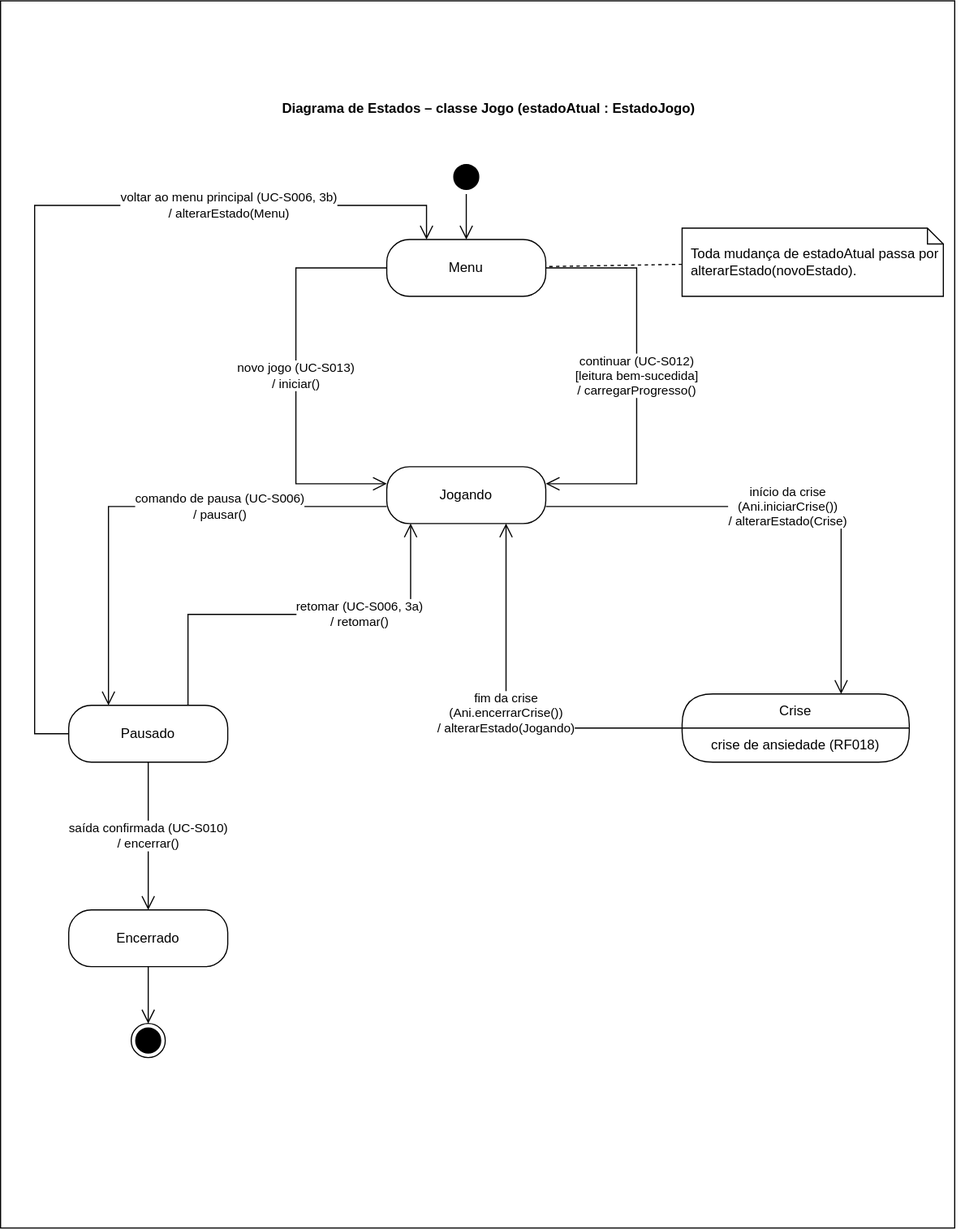
Earlier version of the draw.io export docs/diagramas/estados-jogo.drawio.svg (omatheusfaria/Ani). Source tidied: cells renumbered, new cells last; positions are measured from the earlier drawing's top-left corner, leaving out a move shared by most shapes. Source of this version:
```xml
<mxGraphModel>
  <root>
    <mxCell id="0" />
    <mxCell id="1" parent="0" />
    <mxCell id="2" style="rounded=0;whiteSpace=wrap;html=1;" parent="1" vertex="1">
      <mxGeometry width="840" height="1080" as="geometry" />
    </mxCell>
    <mxCell id="3" value="Diagrama de Estados – classe Jogo (estadoAtual : EstadoJogo)" style="text;html=1;whiteSpace=wrap;strokeColor=none;fillColor=none;align=center;verticalAlign=middle;rounded=0;fontStyle=1;" parent="1" vertex="1">
      <mxGeometry y="80" width="860" height="30" as="geometry" />
    </mxCell>
    <mxCell id="4" style="ellipse;html=1;shape=startState;fillColor=#000000;strokeColor=#000000;" parent="1" vertex="1">
      <mxGeometry x="395" y="140" width="30" height="30" as="geometry" />
    </mxCell>
    <mxCell id="5" value="Menu" style="rounded=1;whiteSpace=wrap;html=1;arcSize=40;" parent="1" vertex="1">
      <mxGeometry x="340" y="210" width="140" height="50" as="geometry" />
    </mxCell>
    <mxCell id="6" value="Toda mudança de estadoAtual passa por alterarEstado(novoEstado)." style="shape=note;whiteSpace=wrap;html=1;backgroundOutline=1;size=14;align=left;spacingLeft=6;" parent="1" vertex="1">
      <mxGeometry x="600" y="200" width="230" height="60" as="geometry" />
    </mxCell>
    <mxCell id="7" value="Jogando" style="rounded=1;whiteSpace=wrap;html=1;arcSize=40;" parent="1" vertex="1">
      <mxGeometry x="340" y="410" width="140" height="50" as="geometry" />
    </mxCell>
    <mxCell id="8" value="Pausado" style="rounded=1;whiteSpace=wrap;html=1;arcSize=40;" parent="1" vertex="1">
      <mxGeometry x="60" y="620" width="140" height="50" as="geometry" />
    </mxCell>
    <mxCell id="9" value="Crise" style="swimlane;fontStyle=0;align=center;verticalAlign=middle;horizontal=1;startSize=30;rounded=1;arcSize=30;whiteSpace=wrap;html=1;" parent="1" vertex="1">
      <mxGeometry x="600" y="610" width="200" height="60" as="geometry" />
    </mxCell>
    <mxCell id="10" value="crise de ansiedade (RF018)" style="text;html=1;strokeColor=none;fillColor=none;align=center;verticalAlign=middle;spacingLeft=4;spacingRight=4;whiteSpace=wrap;overflow=hidden;" parent="9" vertex="1">
      <mxGeometry y="30" width="200" height="30" as="geometry" />
    </mxCell>
    <mxCell id="11" value="Encerrado" style="rounded=1;whiteSpace=wrap;html=1;arcSize=40;" parent="1" vertex="1">
      <mxGeometry x="60" y="800" width="140" height="50" as="geometry" />
    </mxCell>
    <mxCell id="12" style="ellipse;html=1;shape=endState;fillColor=#000000;strokeColor=#000000;" parent="1" vertex="1">
      <mxGeometry x="115" y="900" width="30" height="30" as="geometry" />
    </mxCell>
    <mxCell id="13" style="edgeStyle=orthogonalEdgeStyle;rounded=0;jettySize=auto;html=1;endArrow=open;endFill=0;endSize=10;labelBackgroundColor=default;" parent="1" edge="1" source="4" target="5">
      <mxGeometry relative="1" as="geometry" />
    </mxCell>
    <mxCell id="14" style="endArrow=none;dashed=1;html=1;rounded=0;" parent="1" edge="1" source="6" target="5">
      <mxGeometry relative="1" as="geometry" />
    </mxCell>
    <mxCell id="15" value="novo jogo (UC-S013)&lt;br&gt;/ iniciar()" style="edgeStyle=orthogonalEdgeStyle;rounded=0;jettySize=auto;html=1;endArrow=open;endFill=0;endSize=10;labelBackgroundColor=default;exitX=0;exitY=0.5;exitDx=0;exitDy=0;entryX=0;entryY=0.3;entryDx=0;entryDy=0;" parent="1" edge="1" source="5" target="7">
      <mxGeometry relative="1" as="geometry">
        <Array as="points">
          <mxPoint x="260" y="235" />
          <mxPoint x="260" y="425" />
        </Array>
      </mxGeometry>
    </mxCell>
    <mxCell id="16" value="continuar (UC-S012)&lt;br&gt;[leitura bem-sucedida]&lt;br&gt;/ carregarProgresso()" style="edgeStyle=orthogonalEdgeStyle;rounded=0;jettySize=auto;html=1;endArrow=open;endFill=0;endSize=10;labelBackgroundColor=default;exitX=1;exitY=0.5;exitDx=0;exitDy=0;entryX=1;entryY=0.3;entryDx=0;entryDy=0;" parent="1" edge="1" source="5" target="7">
      <mxGeometry relative="1" as="geometry">
        <Array as="points">
          <mxPoint x="560" y="235" />
          <mxPoint x="560" y="425" />
        </Array>
      </mxGeometry>
    </mxCell>
    <mxCell id="17" value="comando de pausa (UC-S006)&lt;br&gt;/ pausar()" style="edgeStyle=orthogonalEdgeStyle;rounded=0;jettySize=auto;html=1;endArrow=open;endFill=0;endSize=10;labelBackgroundColor=default;exitX=0;exitY=0.7;exitDx=0;exitDy=0;entryX=0.25;entryY=0;entryDx=0;entryDy=0;" parent="1" edge="1" source="7" target="8">
      <mxGeometry x="-0.3" relative="1" as="geometry">
        <Array as="points">
          <mxPoint x="95" y="445" />
        </Array>
      </mxGeometry>
    </mxCell>
    <mxCell id="18" value="retomar (UC-S006, 3a)&lt;br&gt;/ retomar()" style="edgeStyle=orthogonalEdgeStyle;rounded=0;jettySize=auto;html=1;endArrow=open;endFill=0;endSize=10;labelBackgroundColor=default;exitX=0.75;exitY=0;exitDx=0;exitDy=0;entryX=0.15;entryY=1;entryDx=0;entryDy=0;" parent="1" edge="1" source="8" target="7">
      <mxGeometry x="0.3" relative="1" as="geometry">
        <Array as="points">
          <mxPoint x="165" y="540" />
          <mxPoint x="361" y="540" />
        </Array>
      </mxGeometry>
    </mxCell>
    <mxCell id="19" value="início da crise&lt;br&gt;(Ani.iniciarCrise())&lt;br&gt;/ alterarEstado(Crise)" style="edgeStyle=orthogonalEdgeStyle;rounded=0;jettySize=auto;html=1;endArrow=open;endFill=0;endSize=10;labelBackgroundColor=default;exitX=1;exitY=0.7;exitDx=0;exitDy=0;entryX=0.7;entryY=0;entryDx=0;entryDy=0;" parent="1" edge="1" source="7" target="9">
      <mxGeometry relative="1" as="geometry">
        <Array as="points">
          <mxPoint x="740" y="445" />
        </Array>
      </mxGeometry>
    </mxCell>
    <mxCell id="20" value="fim da crise&lt;br&gt;(Ani.encerrarCrise())&lt;br&gt;/ alterarEstado(Jogando)" style="edgeStyle=orthogonalEdgeStyle;rounded=0;jettySize=auto;html=1;endArrow=open;endFill=0;endSize=10;labelBackgroundColor=default;exitX=0;exitY=0.5;exitDx=0;exitDy=0;entryX=0.75;entryY=1;entryDx=0;entryDy=0;" parent="1" edge="1" source="9" target="7">
      <mxGeometry relative="1" as="geometry">
        <Array as="points">
          <mxPoint x="445" y="640" />
        </Array>
      </mxGeometry>
    </mxCell>
    <mxCell id="21" value="saída confirmada (UC-S010)&lt;br&gt;/ encerrar()" style="edgeStyle=orthogonalEdgeStyle;rounded=0;jettySize=auto;html=1;endArrow=open;endFill=0;endSize=10;labelBackgroundColor=default;" parent="1" edge="1" source="8" target="11">
      <mxGeometry relative="1" as="geometry" />
    </mxCell>
    <mxCell id="22" style="edgeStyle=orthogonalEdgeStyle;rounded=0;jettySize=auto;html=1;endArrow=open;endFill=0;endSize=10;labelBackgroundColor=default;" parent="1" edge="1" source="11" target="12">
      <mxGeometry relative="1" as="geometry" />
    </mxCell>
    <mxCell id="23" value="voltar ao menu principal (UC-S006, 3b)&lt;br&gt;/ alterarEstado(Menu)" style="edgeStyle=orthogonalEdgeStyle;rounded=0;jettySize=auto;html=1;endArrow=open;endFill=0;endSize=10;labelBackgroundColor=default;exitX=0;exitY=0.5;exitDx=0;exitDy=0;entryX=0.25;entryY=0;entryDx=0;entryDy=0;" parent="1" edge="1" source="8" target="5">
      <mxGeometry x="0.53" relative="1" as="geometry">
        <Array as="points">
          <mxPoint x="30" y="645" />
          <mxPoint x="30" y="180" />
          <mxPoint x="375" y="180" />
        </Array>
      </mxGeometry>
    </mxCell>
  </root>
</mxGraphModel>
```
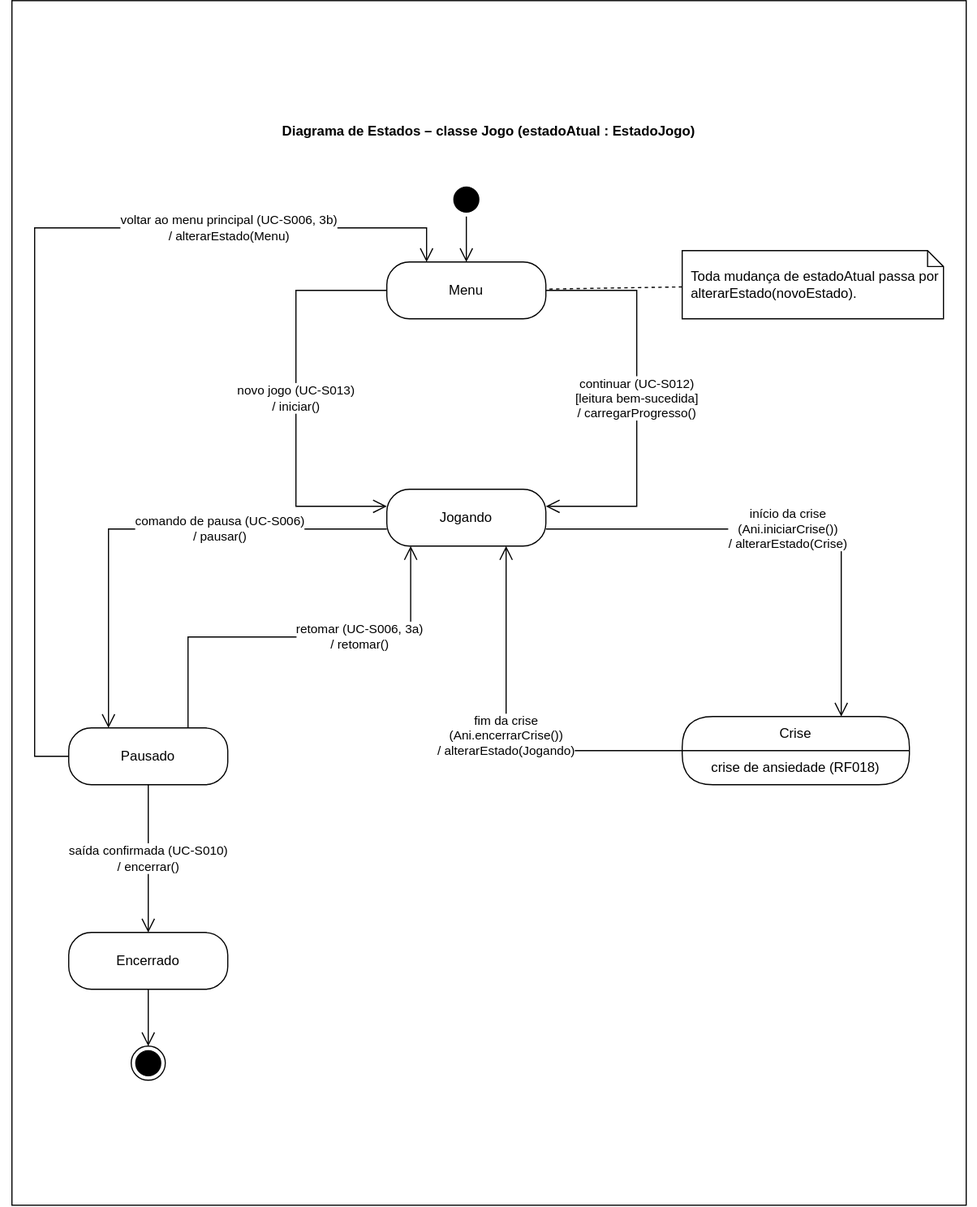
After the commit.

Commit message:
Reexporta o diagrama de estados do jogo

Atualiza o estados-jogo.drawio.svg com a versão mais recente do diagrama.

Claude-Session: https://claude.ai/code/session_01GSUJn7MeUPCWy2HnHipFKm

The edit, as a diff of the source:
```diff
@@ -1,9 +1,9 @@
-<mxGraphModel>
+<mxGraphModel background="light-dark(#ffffff, #121212)">
   <root>
     <mxCell id="0" />
     <mxCell id="1" parent="0" />
     <mxCell id="2" style="rounded=0;whiteSpace=wrap;html=1;" parent="1" vertex="1">
-      <mxGeometry width="840" height="1080" as="geometry" />
+      <mxGeometry x="10" y="-20" width="840" height="1060" as="geometry" />
     </mxCell>
     <mxCell id="3" value="Diagrama de Estados – classe Jogo (estadoAtual : EstadoJogo)" style="text;html=1;whiteSpace=wrap;strokeColor=none;fillColor=none;align=center;verticalAlign=middle;rounded=0;fontStyle=1;" parent="1" vertex="1">
       <mxGeometry y="80" width="860" height="30" as="geometry" />
```
